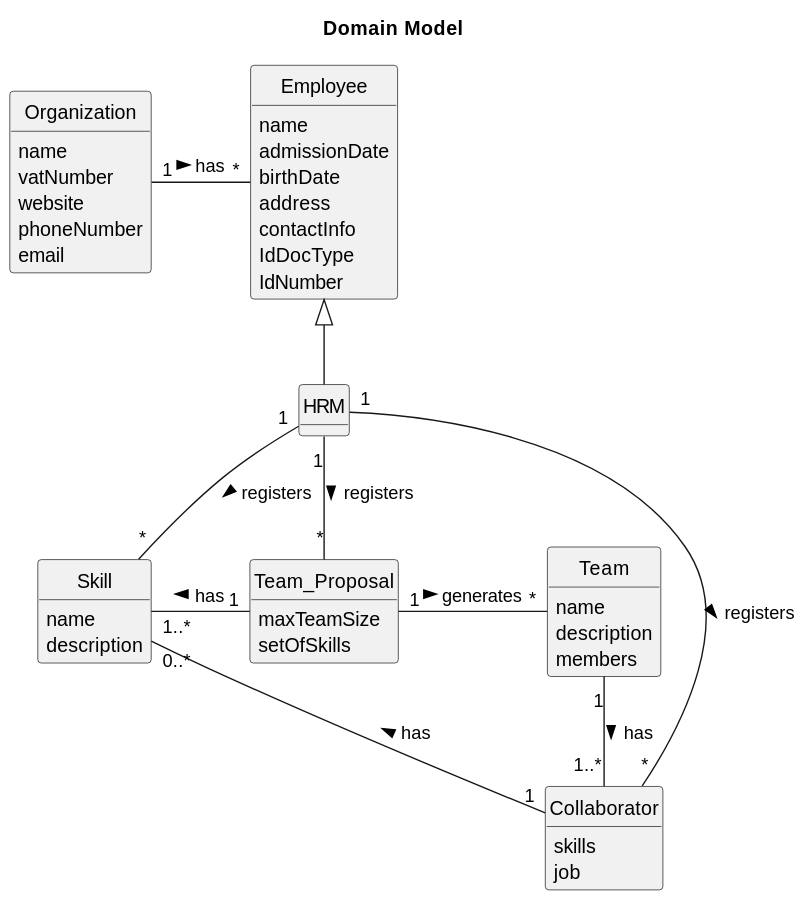
Earlier version of the PlantUML export docs/sprintA/us005/02.analysis/svg/us005-domain-model.svg (Rui-San/LAPR2_2023_2024). Source of this version:
```plantuml
@startuml
skinparam monochrome true
skinparam packageStyle rectangle
skinparam shadowing false
skinparam classAttributeIconSize 0
hide circle
hide methods

title Domain Model

class Organization {
    name
    vatNumber
    website
    phoneNumber
    email
}

class Employee {
    name
    admissionDate
    birthDate
    address
    contactInfo
    IdDocType
    IdNumber
}

class HRM{

}

class Collaborator{
    skills
    job
}

class Skill{
    name
    description
}

class Team_Proposal{
    maxTeamSize
    setOfSkills
}

class Team{
    name
    description
    members
}

Organization "1" --right "*" Employee : "has >"
HRM --up|> Employee
HRM "1" -- "*" Collaborator : "registers >"
HRM "1" -- "*" Skill : "registers >"
Team_Proposal "1" --left "1..*" Skill : "has >"
Collaborator "1" -- "0..*" Skill : "has >"
HRM "1" --down "*" Team_Proposal : "registers >"
Team_Proposal "1" --right "*" Team : "generates >"
Team "1" -- "1..*" Collaborator : "has >"
@enduml
```
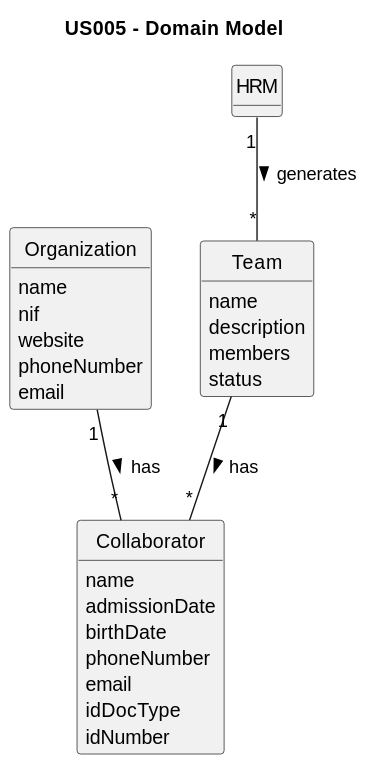
The same file after the commit.

Commit message:
Domain Model .svg created for: - US005 - US006 - US007 - US008

The edit, as a diff of the source:
```diff
@@ -2,62 +2,40 @@
 skinparam monochrome true
 skinparam packageStyle rectangle
 skinparam shadowing false
+
+
 skinparam classAttributeIconSize 0
 hide circle
 hide methods
 
-title Domain Model
+title US005 - Domain Model
 
 class Organization {
     name
-    vatNumber
+    nif
     website
     phoneNumber
     email
-}
-
-class Employee {
-    name
-    admissionDate
-    birthDate
-    address
-    contactInfo
-    IdDocType
-    IdNumber
-}
-
-class HRM{
-
-}
-
-class Collaborator{
-    skills
-    job
-}
-
-class Skill{
-    name
-    description
-}
-
-class Team_Proposal{
-    maxTeamSize
-    setOfSkills
 }
 
 class Team{
     name
     description
     members
+    status
 }
 
-Organization "1" --right "*" Employee : "has >"
-HRM --up|> Employee
-HRM "1" -- "*" Collaborator : "registers >"
-HRM "1" -- "*" Skill : "registers >"
-Team_Proposal "1" --left "1..*" Skill : "has >"
-Collaborator "1" -- "0..*" Skill : "has >"
-HRM "1" --down "*" Team_Proposal : "registers >"
-Team_Proposal "1" --right "*" Team : "generates >"
-Team "1" -- "1..*" Collaborator : "has >"
+class Collaborator{
+    name
+    admissionDate
+    birthDate
+    phoneNumber
+    email
+    idDocType
+    idNumber
+}
+
+Organization "1" -- "*" Collaborator : "has >"
+Team "1" -- "*" Collaborator : "has >"
+HRM "1" -- "*" Team : "generates >"
 @enduml
```
